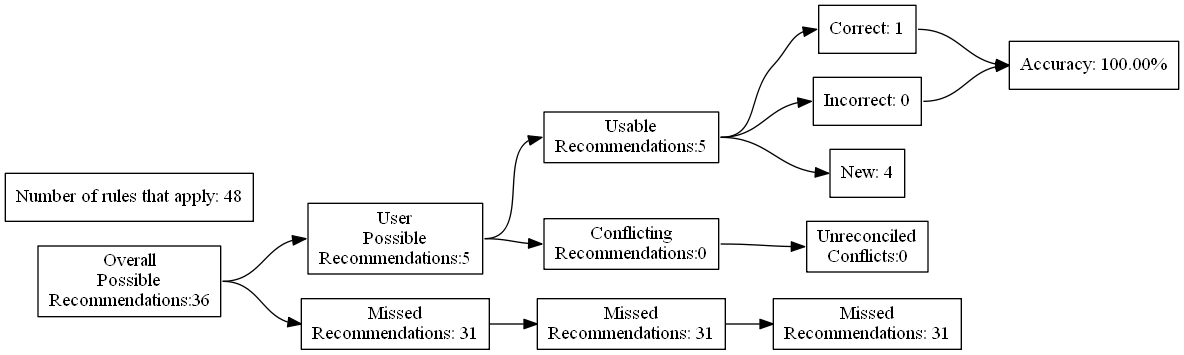
Before: test_renders/93.gv.png, a diagram exported from Graphviz (ZaxR/ibd_diet_analysis). Its source is kept beside it as test_renders/93.gv.
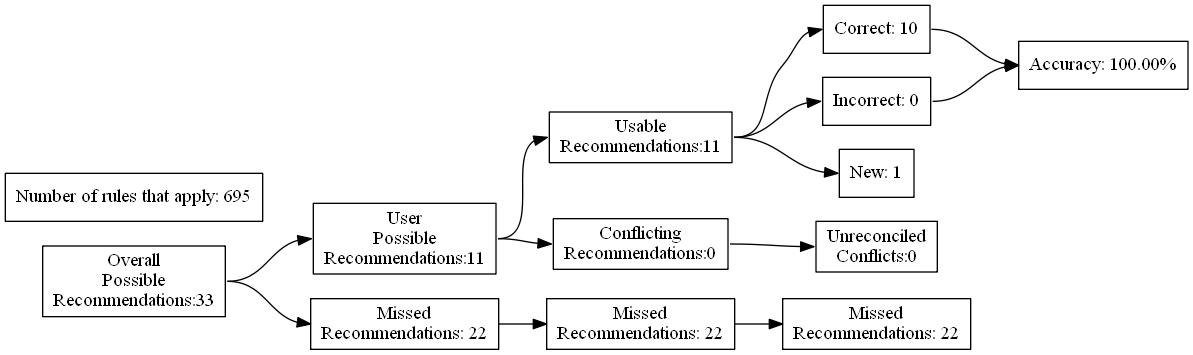
After the commit.

The edit, as a diff of the source:
```diff
@@ -4,27 +4,27 @@
 	edge [headport=w tailport=e]
 		A [label="Overall
 Possible
-Recommendations:36"]
+Recommendations:33"]
 		B [label="User
 Possible
-Recommendations:5"]
+Recommendations:11"]
 		C [label="Missed
-Recommendations: 31"]
+Recommendations: 22"]
 		D [label="Usable
-Recommendations:5"]
+Recommendations:11"]
 		E [label="Conflicting
 Recommendations:0"]
 		J [label="Missed
-Recommendations: 31"]
+Recommendations: 22"]
 		M [label="Unreconciled
 Conflicts:0"]
-		F [label="Correct: 1"]
+		F [label="Correct: 10"]
 		G [label="Incorrect: 0"]
-		H [label="New: 4"]
+		H [label="New: 1"]
 		K [label="Missed
-Recommendations: 31"]
+Recommendations: 22"]
 		I [label="Accuracy: 100.00%"]
-		l [label="Number of rules that apply: 48"]
+		l [label="Number of rules that apply: 695"]
 			A -> B
 			A -> C
 			B -> D
```
